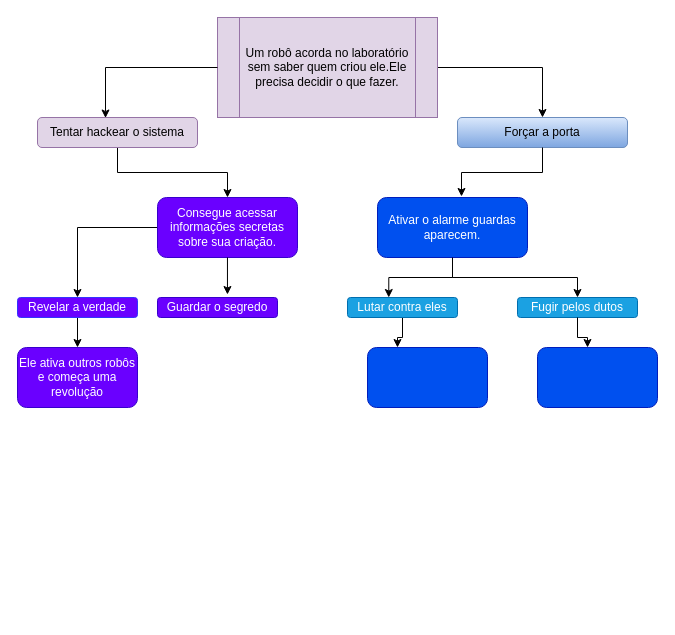
berzinnn11/clitu keeps this draw.io diagram as bernardo.drawio. Above is the earlier version. Source tidied: cells renumbered, new cells numbered last; positions are measured from the earlier drawing's top-left corner, leaving out a move shared by most shapes. Both pictures are drawn from the tidied source at 100%, with x=0, y=0 at pixel (17, 17).
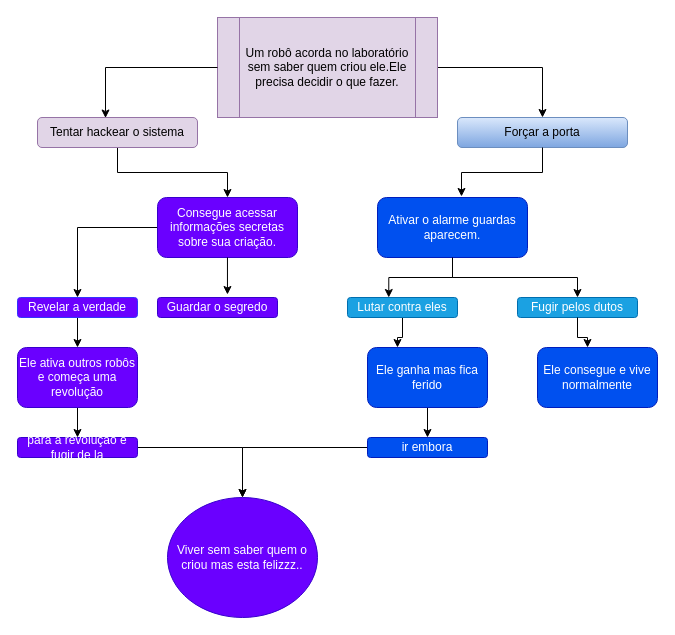
Above is the later version.

The change refers to these unchanged cells:
```xml
<mxCell id="22" value="Ele ativa outros robôs e começa uma revolução" style="rounded=1;whiteSpace=wrap;html=1;fillColor=#6a00ff;fontColor=#ffffff;strokeColor=#3700CC;" parent="1" vertex="1">
  <mxGeometry y="330" width="120" height="60" as="geometry" />
</mxCell>
```

Change to the diagram source:
```diff
@@
+    <mxCell id="26" style="edgeStyle=orthogonalEdgeStyle;rounded=0;jettySize=auto;html=1;" parent="1" edge="1" source="22" target="31">
+      <mxGeometry relative="1" as="geometry" />
+    </mxCell>
@@
+    <mxCell id="27" style="edgeStyle=orthogonalEdgeStyle;rounded=0;jettySize=auto;html=1;" parent="1" edge="1" source="23" target="29">
+      <mxGeometry relative="1" as="geometry" />
+    </mxCell>
-    <mxCell id="23" style="rounded=1;whiteSpace=wrap;html=1;fillColor=#0050ef;fontColor=#ffffff;strokeColor=#001DBC;" parent="1" vertex="1">
+    <mxCell id="23" value="Ele ganha mas fica ferido" style="rounded=1;whiteSpace=wrap;html=1;fillColor=#0050ef;fontColor=#ffffff;strokeColor=#001DBC;" parent="1" vertex="1">
       <mxGeometry x="350" y="330" width="120" height="60" as="geometry" />
     </mxCell>
-    <mxCell id="24" style="rounded=1;whiteSpace=wrap;html=1;fillColor=#0050ef;fontColor=#ffffff;strokeColor=#001DBC;" parent="1" vertex="1">
+    <mxCell id="24" value="Ele consegue e vive normalmente" style="rounded=1;whiteSpace=wrap;html=1;fillColor=#0050ef;fontColor=#ffffff;strokeColor=#001DBC;" parent="1" vertex="1">
       <mxGeometry x="520" y="330" width="120" height="60" as="geometry" />
     </mxCell>
@@
+    <mxCell id="28" style="edgeStyle=orthogonalEdgeStyle;rounded=0;jettySize=auto;html=1;" parent="1" edge="1" source="29" target="32">
+      <mxGeometry relative="1" as="geometry" />
+    </mxCell>
+    <mxCell id="29" value="ir embora" style="whiteSpace=wrap;html=1;fillColor=#0050ef;strokeColor=#001DBC;fontColor=#ffffff;rounded=1;" parent="1" vertex="1">
+      <mxGeometry x="350" y="420" width="120" height="20" as="geometry" />
+    </mxCell>
+    <mxCell id="30" style="edgeStyle=orthogonalEdgeStyle;rounded=0;jettySize=auto;html=1;" parent="1" edge="1" source="31" target="32">
+      <mxGeometry relative="1" as="geometry" />
+    </mxCell>
+    <mxCell id="31" value="para a revoluçao e fugir de la" style="whiteSpace=wrap;html=1;fillColor=#6a00ff;strokeColor=#3700CC;fontColor=#ffffff;rounded=1;" parent="1" vertex="1">
+      <mxGeometry y="420" width="120" height="20" as="geometry" />
+    </mxCell>
+    <mxCell id="32" value="Viver sem saber quem o criou mas esta felizzz.." style="ellipse;whiteSpace=wrap;html=1;fillColor=#6a00ff;strokeColor=#3700CC;fontColor=#ffffff;rounded=1;" parent="1" vertex="1">
+      <mxGeometry x="150" y="480" width="150" height="120" as="geometry" />
+    </mxCell>
```
